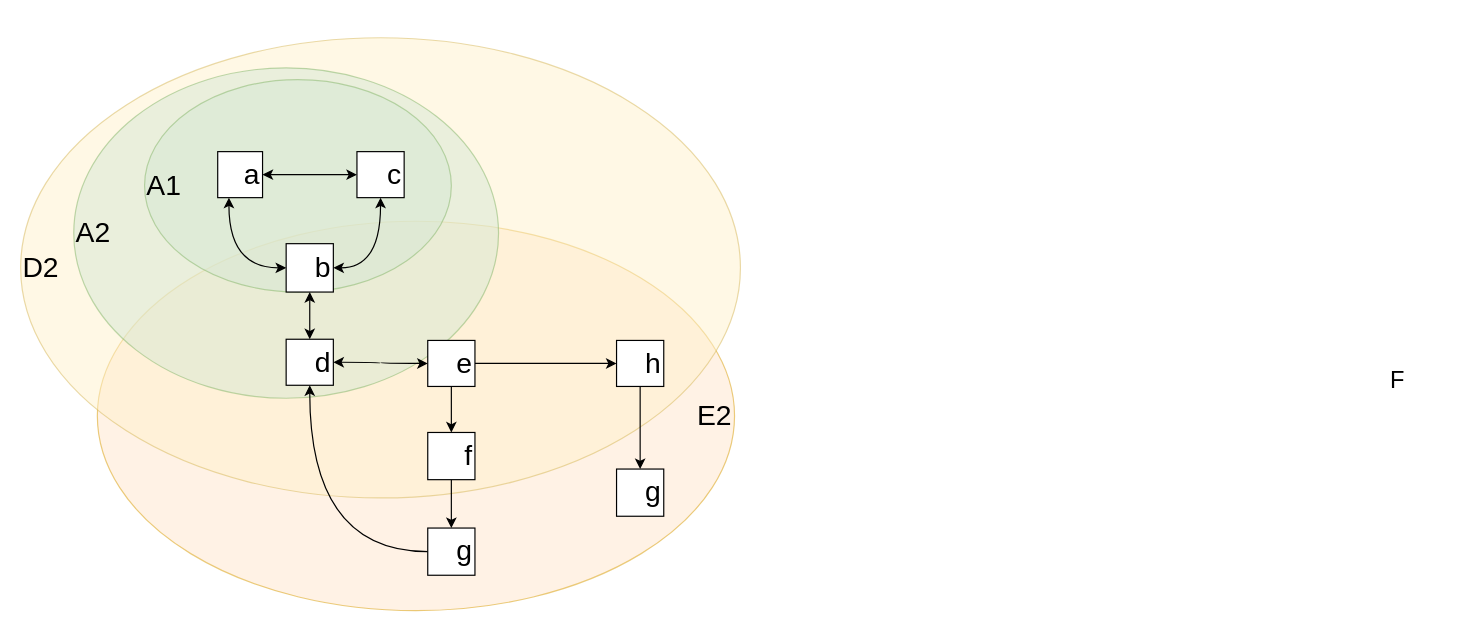
Above: social_graph.drawio in okunek908/1contact-doc (draw.io), before the change. Source tidied: cells renumbered, new cells numbered last; positions are measured from the earlier drawing's top-left corner, leaving out a move shared by most shapes. Both pictures are drawn from the tidied source at 118%, with x=0, y=0 at pixel (20, 37).
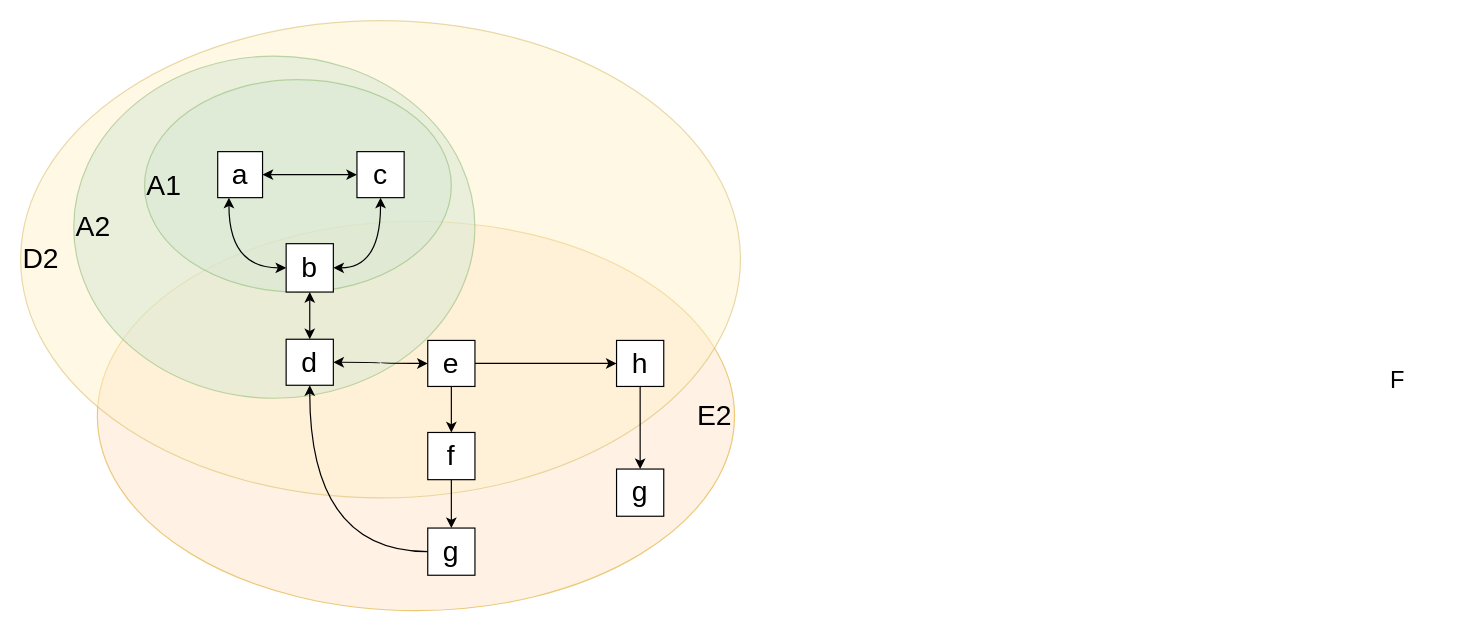
The same page after the edit.

The edit, as a diff of the source:
```diff
@@
     <mxCell id="3" value="D2" style="ellipse;whiteSpace=wrap;html=1;rounded=0;shadow=0;strokeWidth=1;fillColor=#fff2cc;fontSize=24;align=left;strokeColor=#d6b656;opacity=50;horizontal=1;" parent="1" vertex="1">
-      <mxGeometry y="0.5" width="610" height="390" as="geometry" />
+      <mxGeometry y="-14" width="610" height="404.5" as="geometry" />
     </mxCell>
     <mxCell id="4" value="A2" style="ellipse;whiteSpace=wrap;html=1;rounded=0;shadow=0;strokeWidth=1;fillColor=#d5e8d4;fontSize=24;align=left;strokeColor=#82b366;opacity=50;" parent="1" vertex="1">
-      <mxGeometry x="45" y="26" width="360" height="280" as="geometry" />
+      <mxGeometry x="45" y="16" width="340" height="290" as="geometry" />
     </mxCell>
@@
-    <mxCell id="8" value="a" style="whiteSpace=wrap;html=1;rounded=0;shadow=0;strokeWidth=1;fontSize=24;align=right;fillColor=#FFFFFF;" parent="1" vertex="1">
+    <mxCell id="8" value="a" style="whiteSpace=wrap;html=1;rounded=0;shadow=0;strokeWidth=1;fontSize=24;align=center;fillColor=#FFFFFF;" parent="1" vertex="1">
       <mxGeometry x="167" y="97" width="38" height="39" as="geometry" />
     </mxCell>
@@
-    <mxCell id="14" value="c" style="whiteSpace=wrap;html=1;rounded=0;shadow=0;strokeWidth=1;fontSize=24;align=right;fillColor=#FFFFFF;" parent="1" vertex="1">
+    <mxCell id="14" value="c" style="whiteSpace=wrap;html=1;rounded=0;shadow=0;strokeWidth=1;fontSize=24;align=center;fillColor=#FFFFFF;" parent="1" vertex="1">
       <mxGeometry x="285" y="97" width="40" height="39" as="geometry" />
     </mxCell>
@@
-    <mxCell id="16" value="b" style="whiteSpace=wrap;html=1;rounded=0;shadow=0;strokeWidth=1;fontSize=24;align=right;fillColor=#FFFFFF;" parent="1" vertex="1">
+    <mxCell id="16" value="b" style="whiteSpace=wrap;html=1;rounded=0;shadow=0;strokeWidth=1;fontSize=24;align=center;fillColor=#FFFFFF;" parent="1" vertex="1">
       <mxGeometry x="225" y="175" width="40" height="41" as="geometry" />
     </mxCell>
@@
-    <mxCell id="18" value="d" style="whiteSpace=wrap;html=1;rounded=0;shadow=0;strokeWidth=1;fontSize=24;align=right;fillColor=#FFFFFF;" parent="1" vertex="1">
+    <mxCell id="18" value="d" style="whiteSpace=wrap;html=1;rounded=0;shadow=0;strokeWidth=1;fontSize=24;align=center;fillColor=#FFFFFF;" parent="1" vertex="1">
       <mxGeometry x="225" y="256" width="40" height="39" as="geometry" />
     </mxCell>
@@
-    <mxCell id="21" value="e" style="whiteSpace=wrap;html=1;rounded=0;shadow=0;strokeWidth=1;fontSize=24;align=right;fillColor=#FFFFFF;" parent="1" vertex="1">
+    <mxCell id="21" value="e" style="whiteSpace=wrap;html=1;rounded=0;shadow=0;strokeWidth=1;fontSize=24;align=center;fillColor=#FFFFFF;" parent="1" vertex="1">
       <mxGeometry x="345" y="257" width="40" height="39" as="geometry" />
     </mxCell>
@@
-    <mxCell id="23" value="h" style="whiteSpace=wrap;html=1;rounded=0;shadow=0;strokeWidth=1;fontSize=24;align=right;fillColor=#FFFFFF;" parent="1" vertex="1">
+    <mxCell id="23" value="h" style="whiteSpace=wrap;html=1;rounded=0;shadow=0;strokeWidth=1;fontSize=24;align=center;fillColor=#FFFFFF;" parent="1" vertex="1">
       <mxGeometry x="505" y="257" width="40" height="39" as="geometry" />
     </mxCell>
-    <mxCell id="24" value="g" style="whiteSpace=wrap;html=1;rounded=0;shadow=0;strokeWidth=1;fontSize=24;align=right;fillColor=#FFFFFF;" parent="1" vertex="1">
+    <mxCell id="24" value="g" style="whiteSpace=wrap;html=1;rounded=0;shadow=0;strokeWidth=1;fontSize=24;align=center;fillColor=#FFFFFF;" parent="1" vertex="1">
       <mxGeometry x="505" y="366" width="40" height="40" as="geometry" />
     </mxCell>
@@
-    <mxCell id="26" value="f" style="whiteSpace=wrap;html=1;rounded=0;shadow=0;strokeWidth=1;fontSize=24;align=right;fillColor=#FFFFFF;" parent="1" vertex="1">
+    <mxCell id="26" value="f" style="whiteSpace=wrap;html=1;rounded=0;shadow=0;strokeWidth=1;fontSize=24;align=center;fillColor=#FFFFFF;" parent="1" vertex="1">
       <mxGeometry x="345" y="335" width="40" height="40" as="geometry" />
     </mxCell>
@@
-    <mxCell id="28" value="g" style="whiteSpace=wrap;html=1;rounded=0;shadow=0;strokeWidth=1;fontSize=24;align=right;fillColor=#FFFFFF;" parent="1" vertex="1">
+    <mxCell id="28" value="g" style="whiteSpace=wrap;html=1;rounded=0;shadow=0;strokeWidth=1;fontSize=24;align=center;fillColor=#FFFFFF;" parent="1" vertex="1">
       <mxGeometry x="345" y="416" width="40" height="40" as="geometry" />
     </mxCell>
```
